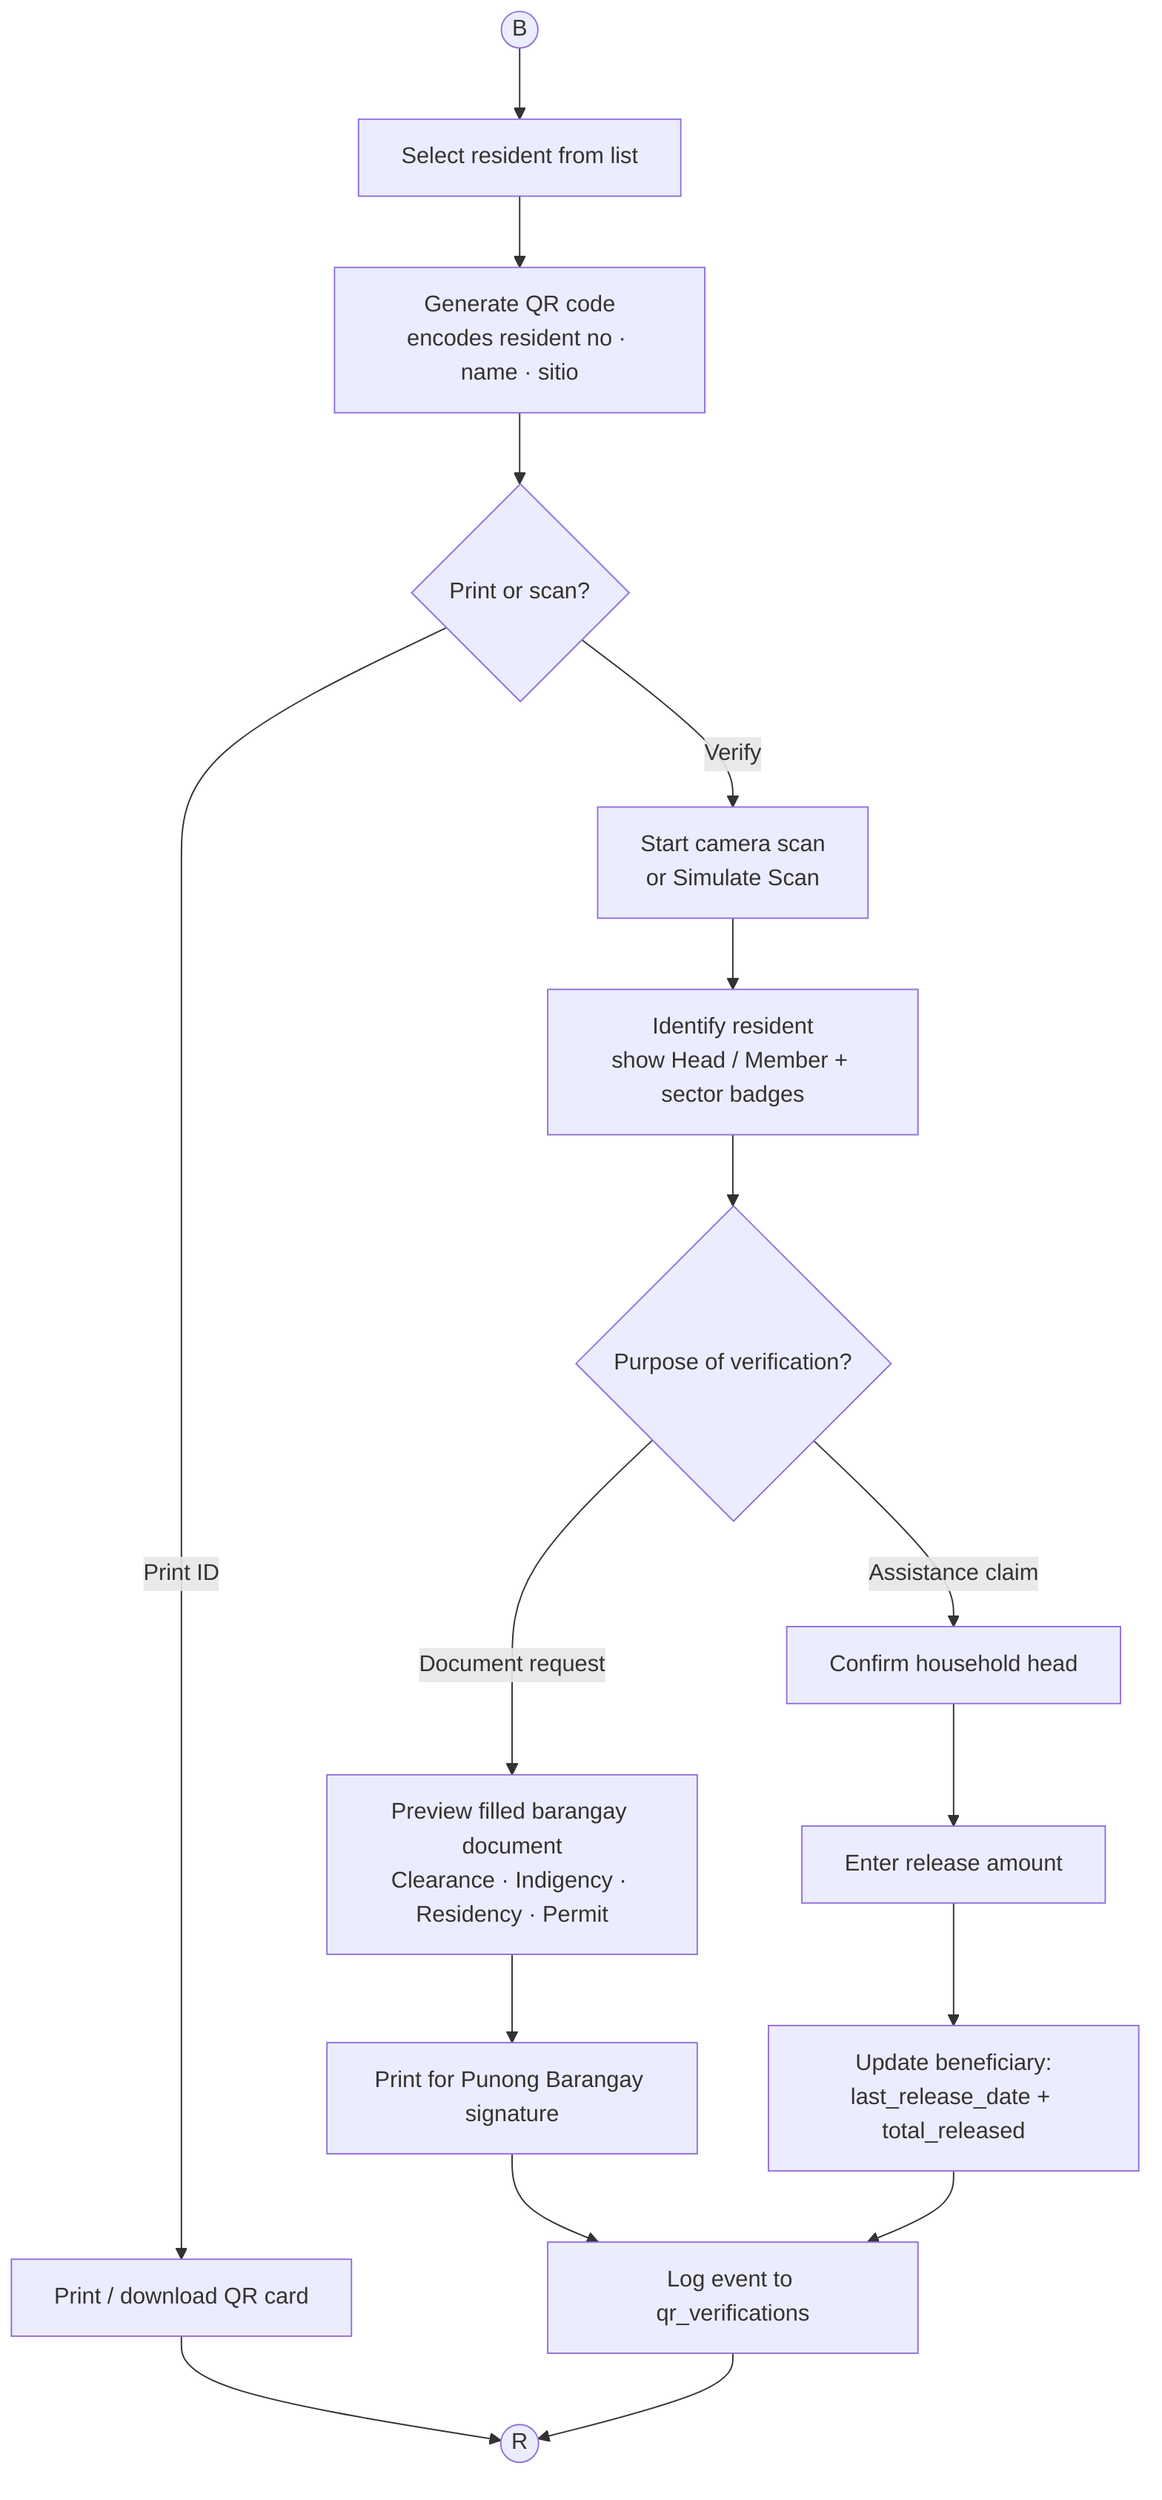
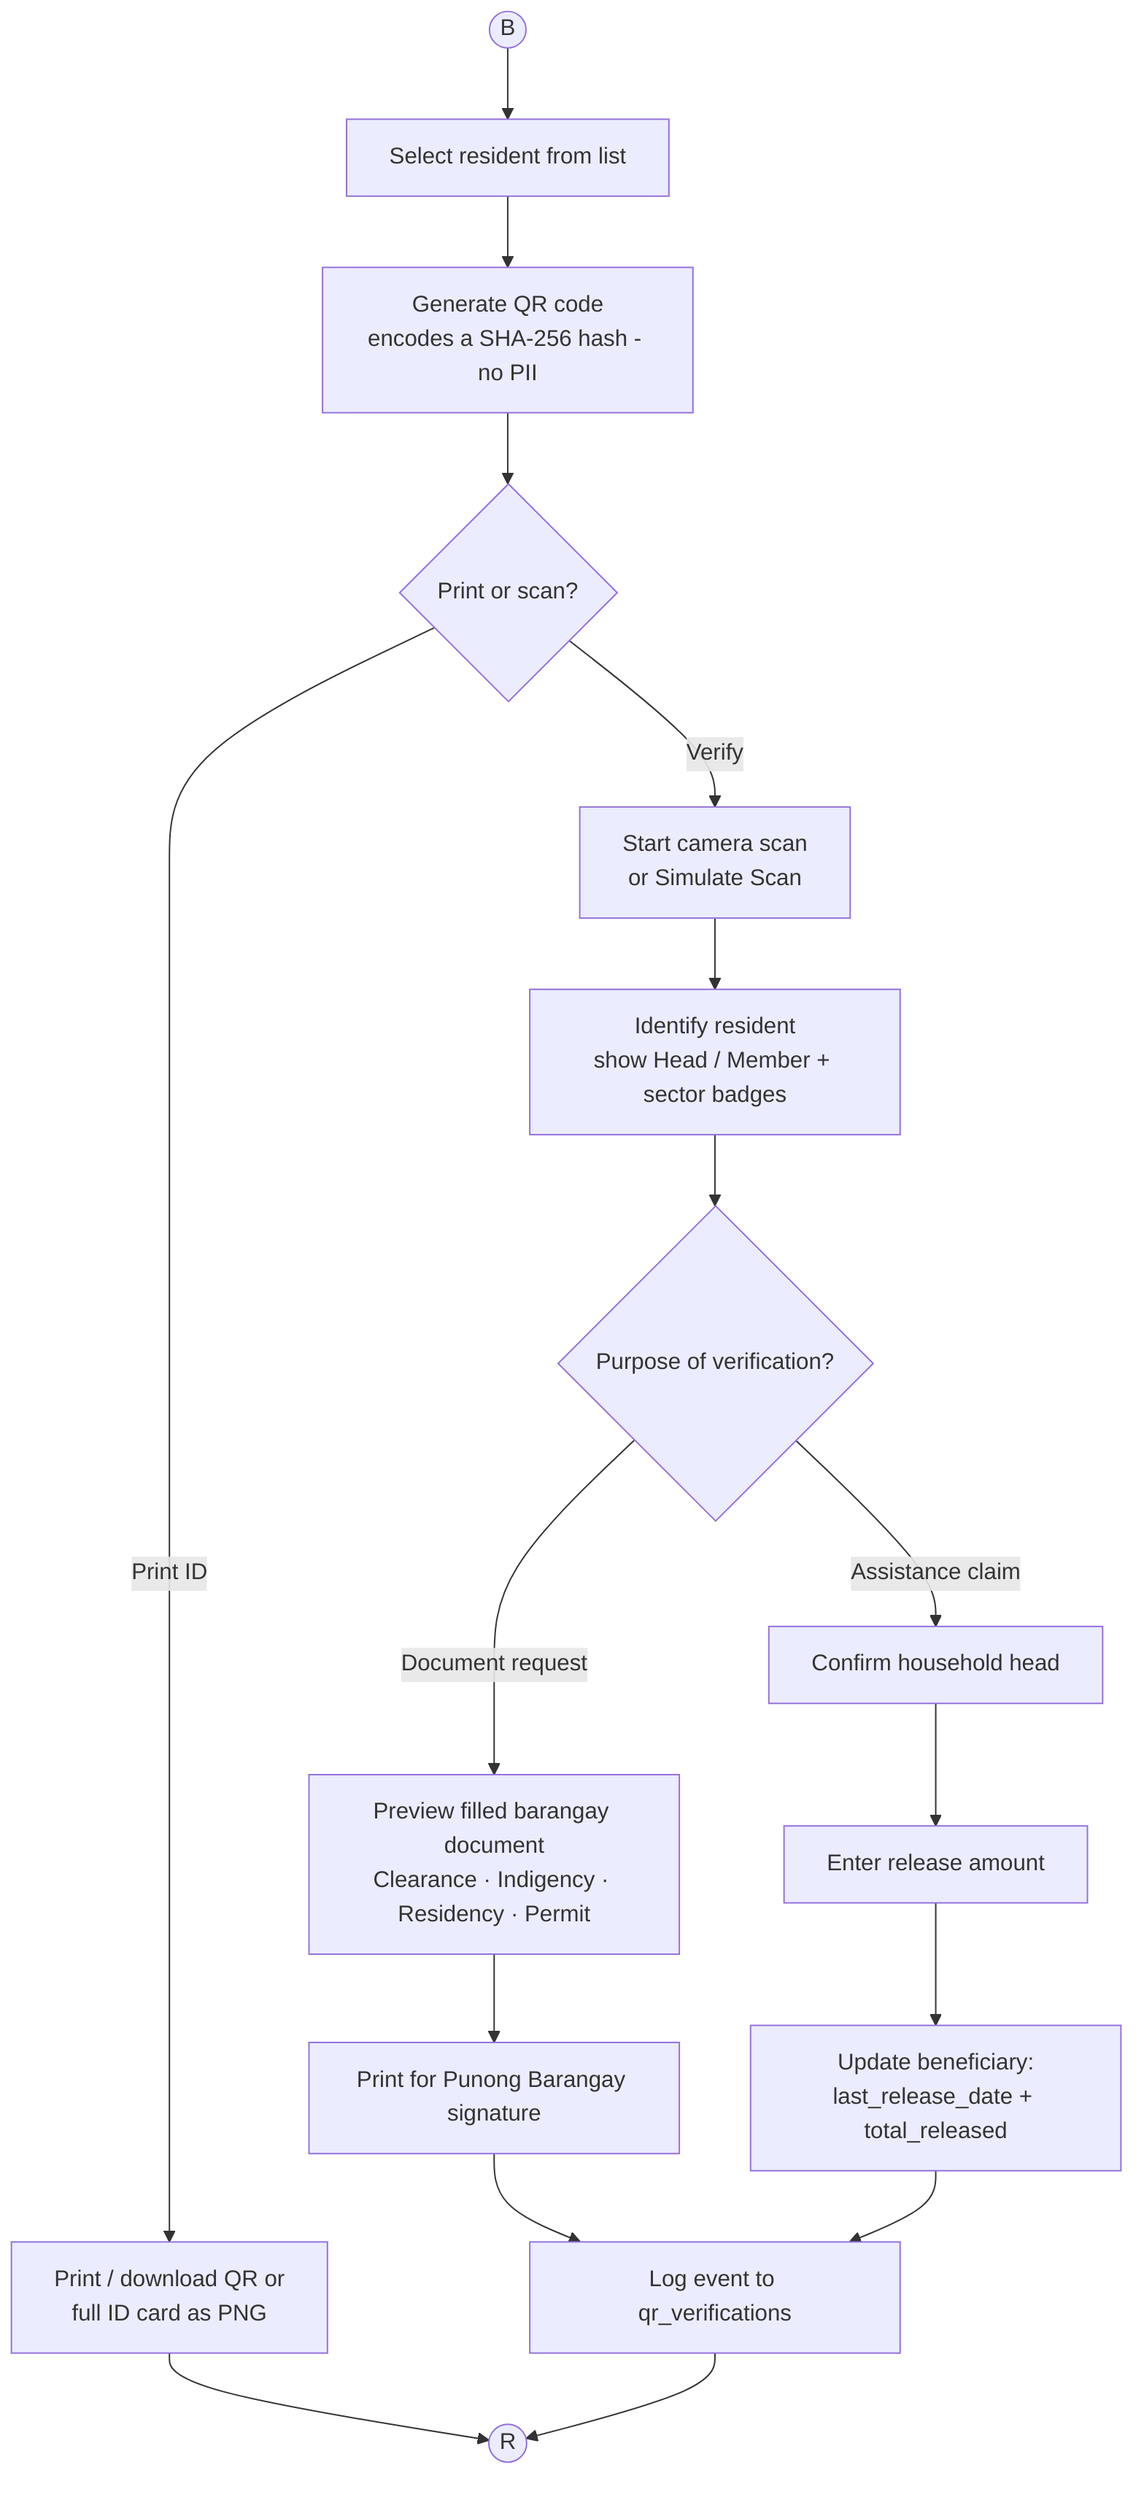
flowchart TD
    B((B)) --> Sel[Select resident from list]
-     Sel --> Gen[Generate QR code<br/>encodes resident no · name · sitio]
+     Sel --> Gen[Generate QR code<br/>encodes a SHA-256 hash - no PII]
    Gen --> Card{Print or scan?}

-     Card -- Print ID --> Print[Print / download QR card]
+     Card -- Print ID --> Print[Print / download QR or<br/>full ID card as PNG]
    Card -- Verify --> Scan[Start camera scan<br/>or Simulate Scan]

    Scan --> Found[Identify resident<br/>show Head / Member + sector badges]
    Found --> Purpose{Purpose of verification?}

    Purpose -- "Document request" --> Doc[Preview filled barangay document<br/>Clearance · Indigency · Residency · Permit]
    Doc --> DocPrint[Print for Punong Barangay signature]
    DocPrint --> Log

    Purpose -- "Assistance claim" --> Verify[Confirm household head]
    Verify --> Amt[Enter release amount]
    Amt --> Release[Update beneficiary:<br/>last_release_date + total_released]
    Release --> Log[Log event to qr_verifications]

    Print --> R((R))
    Log --> R
